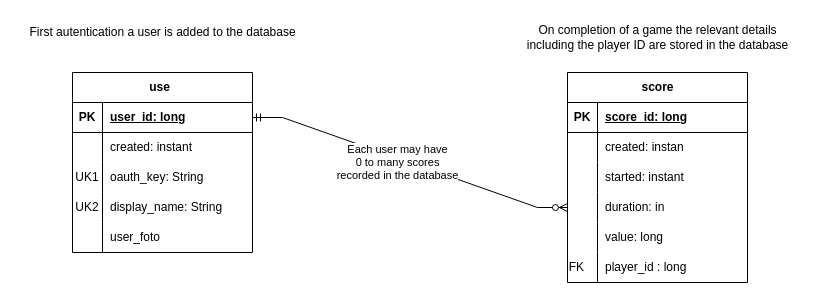
Earlier version of the draw.io diagram work/GravityDB.drawio (ddc-java-16/gravity-game-Marc0E). Source tidied: cells renumbered, new cells numbered last; positions are measured from the earlier drawing's top-left corner, leaving out a move shared by most shapes. Both pictures are drawn from the tidied source at 100%, with x=0, y=0 at pixel (17, 17).
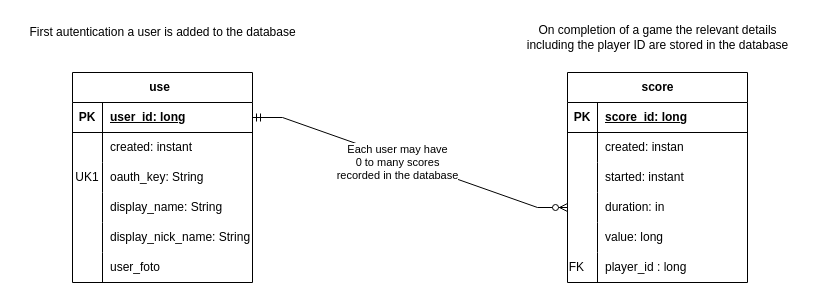
The same page after the edit.

Unchanged cells that the change refers to:
```xml
<mxCell id="32" style="shape=tableRow;horizontal=0;startSize=0;swimlaneHead=0;swimlaneBody=0;fillColor=none;top=0;left=0;right=0;bottom=0;" parent="22" vertex="1">
  <mxGeometry y="120" width="180" height="30" as="geometry" />
</mxCell>
<mxCell id="35" style="shape=tableRow;horizontal=0;startSize=0;swimlaneHead=0;swimlaneBody=0;fillColor=none;top=0;left=0;right=0;bottom=0;" parent="22" vertex="1">
  <mxGeometry y="150" width="180" height="30" as="geometry" />
</mxCell>
```

What changed in the source:
```diff
@@
     <mxCell id="22" value="use&lt;span style=&quot;white-space: pre;&quot;&gt;&#9;&lt;/span&gt;" style="shape=table;startSize=30;childLayout=tableLayout;rowLines=0;fontStyle=1;align=center;html=1;" parent="1" vertex="1">
-      <mxGeometry x="55" y="55" width="180" height="180" as="geometry" />
+      <mxGeometry x="55" y="55" width="180" height="210" as="geometry" />
     </mxCell>
@@
-    <mxCell id="33" value="UK2" style="shape=partialRectangle;fillColor=none;top=0;left=0;bottom=0;right=0;overflow=hidden;whiteSpace=wrap;html=1;" parent="32" vertex="1">
+    <mxCell id="33" style="shape=partialRectangle;fillColor=none;top=0;left=0;bottom=0;right=0;overflow=hidden;whiteSpace=wrap;html=1;" parent="32" vertex="1">
       <mxGeometry width="30" height="30" as="geometry" />
     </mxCell>
@@
-    <mxCell id="37" value="user_foto&lt;span style=&quot;white-space: pre;&quot;&gt;&#9;&lt;/span&gt;" style="shape=partialRectangle;fillColor=none;top=0;left=0;bottom=0;right=0;align=left;spacingLeft=6;overflow=hidden;whiteSpace=wrap;html=1;" parent="35" vertex="1">
+    <mxCell id="37" value="display_nick_name: String" style="shape=partialRectangle;fillColor=none;top=0;left=0;bottom=0;right=0;align=left;spacingLeft=6;overflow=hidden;whiteSpace=wrap;html=1;" parent="35" vertex="1">
       <mxGeometry x="30" width="150" height="30" as="geometry" />
     </mxCell>
+    <mxCell id="41" style="shape=tableRow;horizontal=0;startSize=0;swimlaneHead=0;swimlaneBody=0;fillColor=none;top=0;left=0;right=0;bottom=0;" parent="22" vertex="1">
+      <mxGeometry y="180" width="180" height="30" as="geometry" />
+    </mxCell>
+    <mxCell id="42" style="shape=partialRectangle;fillColor=none;top=0;left=0;bottom=0;right=0;overflow=hidden;whiteSpace=wrap;html=1;" parent="41" vertex="1">
+      <mxGeometry width="30" height="30" as="geometry" />
+    </mxCell>
+    <mxCell id="43" value="user_foto&lt;span style=&quot;white-space: pre;&quot;&gt;&#9;&lt;/span&gt;" style="shape=partialRectangle;fillColor=none;top=0;left=0;bottom=0;right=0;align=left;spacingLeft=6;overflow=hidden;whiteSpace=wrap;html=1;" parent="41" vertex="1">
+      <mxGeometry x="30" width="150" height="30" as="geometry" />
+    </mxCell>
```
